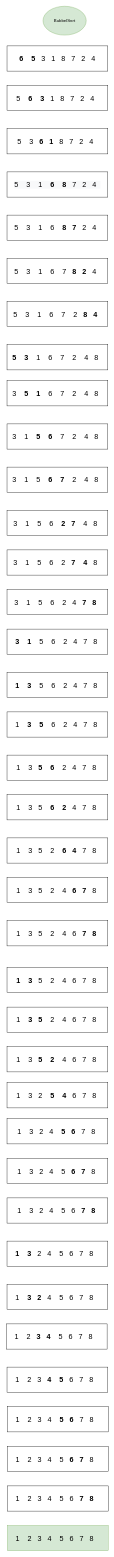
Earlier version of the draw.io diagram Untitled Diagram.drawio (shic0/bubbelsort). Source tidied: cells renumbered, new cells numbered last; positions are measured from the earlier drawing's top-left corner, leaving out a move shared by most shapes. Both pictures are drawn from the tidied source at 36%, with x=0, y=0 at pixel (6, 6).
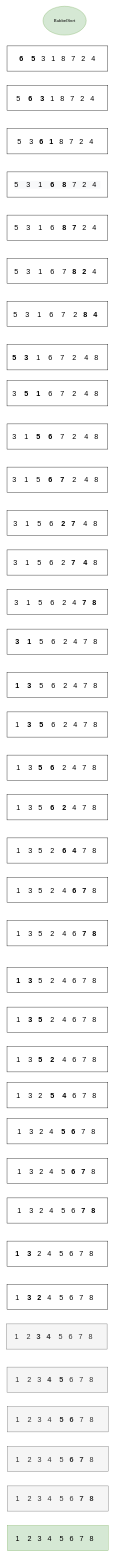
After the change.

Change to the diagram source:
```diff
@@
-    <mxCell id="34" value="&lt;span style=&quot;font-family: &amp;#34;helvetica&amp;#34; ; font-size: 20px&quot;&gt;1&lt;b&gt;&amp;nbsp; &amp;nbsp; &lt;/b&gt;2&lt;b&gt;&amp;nbsp; &amp;nbsp;3&lt;/b&gt;&amp;nbsp; &amp;nbsp;&lt;b&gt;4&lt;/b&gt;&amp;nbsp; &amp;nbsp;&lt;b&gt;&amp;nbsp;&lt;/b&gt;5&lt;/span&gt;&lt;b style=&quot;font-family: &amp;#34;helvetica&amp;#34; ; font-size: 20px&quot;&gt;&amp;nbsp; &amp;nbsp;&lt;/b&gt;&lt;span style=&quot;font-family: &amp;#34;helvetica&amp;#34; ; font-size: 20px&quot;&gt;6&lt;/span&gt;&lt;span style=&quot;font-family: &amp;#34;helvetica&amp;#34; ; font-size: 20px&quot;&gt;&amp;nbsp; &amp;nbsp;7&amp;nbsp; &amp;nbsp;8&lt;/span&gt;&lt;span style=&quot;font-family: &amp;#34;helvetica&amp;#34; ; font-size: 20px&quot;&gt;&amp;nbsp; &amp;nbsp;&lt;/span&gt;" style="rounded=0;whiteSpace=wrap;html=1;" parent="1" vertex="1">
+    <mxCell id="34" value="&lt;span style=&quot;font-family: &amp;#34;helvetica&amp;#34; ; font-size: 20px&quot;&gt;1&lt;b&gt;&amp;nbsp; &amp;nbsp; &lt;/b&gt;2&lt;b&gt;&amp;nbsp; &amp;nbsp;3&lt;/b&gt;&amp;nbsp; &amp;nbsp;&lt;b&gt;4&lt;/b&gt;&amp;nbsp; &amp;nbsp;&lt;b&gt;&amp;nbsp;&lt;/b&gt;5&lt;/span&gt;&lt;b style=&quot;font-family: &amp;#34;helvetica&amp;#34; ; font-size: 20px&quot;&gt;&amp;nbsp; &amp;nbsp;&lt;/b&gt;&lt;span style=&quot;font-family: &amp;#34;helvetica&amp;#34; ; font-size: 20px&quot;&gt;6&lt;/span&gt;&lt;span style=&quot;font-family: &amp;#34;helvetica&amp;#34; ; font-size: 20px&quot;&gt;&amp;nbsp; &amp;nbsp;7&amp;nbsp; &amp;nbsp;8&lt;/span&gt;&lt;span style=&quot;font-family: &amp;#34;helvetica&amp;#34; ; font-size: 20px&quot;&gt;&amp;nbsp; &amp;nbsp;&lt;/span&gt;" style="rounded=0;whiteSpace=wrap;html=1;fillColor=#f5f5f5;strokeColor=#666666;fontColor=#333333;" parent="1" vertex="1">
       <mxGeometry y="3660" width="280" height="70" as="geometry" />
     </mxCell>
-    <mxCell id="35" value="&lt;span style=&quot;font-family: &amp;#34;helvetica&amp;#34; ; font-size: 20px&quot;&gt;1&lt;b&gt;&amp;nbsp; &amp;nbsp; &lt;/b&gt;2&lt;b&gt;&amp;nbsp; &amp;nbsp;&lt;/b&gt;3&amp;nbsp; &amp;nbsp;&lt;b&gt;4&lt;/b&gt;&amp;nbsp; &amp;nbsp;&lt;b&gt;&amp;nbsp;5&lt;/b&gt;&lt;/span&gt;&lt;b style=&quot;font-family: &amp;#34;helvetica&amp;#34; ; font-size: 20px&quot;&gt;&amp;nbsp; &amp;nbsp;&lt;/b&gt;&lt;span style=&quot;font-family: &amp;#34;helvetica&amp;#34; ; font-size: 20px&quot;&gt;6&lt;/span&gt;&lt;span style=&quot;font-family: &amp;#34;helvetica&amp;#34; ; font-size: 20px&quot;&gt;&amp;nbsp; &amp;nbsp;7&amp;nbsp; &amp;nbsp;8&lt;/span&gt;&lt;span style=&quot;font-family: &amp;#34;helvetica&amp;#34; ; font-size: 20px&quot;&gt;&amp;nbsp; &amp;nbsp;&lt;/span&gt;" style="rounded=0;whiteSpace=wrap;html=1;" parent="1" vertex="1">
+    <mxCell id="35" value="&lt;span style=&quot;font-family: &amp;#34;helvetica&amp;#34; ; font-size: 20px&quot;&gt;1&lt;b&gt;&amp;nbsp; &amp;nbsp; &lt;/b&gt;2&lt;b&gt;&amp;nbsp; &amp;nbsp;&lt;/b&gt;3&amp;nbsp; &amp;nbsp;&lt;b&gt;4&lt;/b&gt;&amp;nbsp; &amp;nbsp;&lt;b&gt;&amp;nbsp;5&lt;/b&gt;&lt;/span&gt;&lt;b style=&quot;font-family: &amp;#34;helvetica&amp;#34; ; font-size: 20px&quot;&gt;&amp;nbsp; &amp;nbsp;&lt;/b&gt;&lt;span style=&quot;font-family: &amp;#34;helvetica&amp;#34; ; font-size: 20px&quot;&gt;6&lt;/span&gt;&lt;span style=&quot;font-family: &amp;#34;helvetica&amp;#34; ; font-size: 20px&quot;&gt;&amp;nbsp; &amp;nbsp;7&amp;nbsp; &amp;nbsp;8&lt;/span&gt;&lt;span style=&quot;font-family: &amp;#34;helvetica&amp;#34; ; font-size: 20px&quot;&gt;&amp;nbsp; &amp;nbsp;&lt;/span&gt;" style="rounded=0;whiteSpace=wrap;html=1;fillColor=#f5f5f5;strokeColor=#666666;fontColor=#333333;" parent="1" vertex="1">
       <mxGeometry x="2" y="3780" width="280" height="70" as="geometry" />
     </mxCell>
-    <mxCell id="36" value="&lt;span style=&quot;font-family: &amp;#34;helvetica&amp;#34; ; font-size: 20px&quot;&gt;1&lt;b&gt;&amp;nbsp; &amp;nbsp; &lt;/b&gt;2&lt;b&gt;&amp;nbsp; &amp;nbsp;&lt;/b&gt;3&amp;nbsp; &amp;nbsp;4&amp;nbsp; &amp;nbsp;&lt;b&gt;&amp;nbsp;5&lt;/b&gt;&lt;/span&gt;&lt;b style=&quot;font-family: &amp;#34;helvetica&amp;#34; ; font-size: 20px&quot;&gt;&amp;nbsp; &amp;nbsp;6&lt;/b&gt;&lt;span style=&quot;font-family: &amp;#34;helvetica&amp;#34; ; font-size: 20px&quot;&gt;&amp;nbsp; &amp;nbsp;7&amp;nbsp; &amp;nbsp;8&lt;/span&gt;&lt;span style=&quot;font-family: &amp;#34;helvetica&amp;#34; ; font-size: 20px&quot;&gt;&amp;nbsp; &amp;nbsp;&lt;/span&gt;" style="rounded=0;whiteSpace=wrap;html=1;" parent="1" vertex="1">
+    <mxCell id="36" value="&lt;span style=&quot;font-family: &amp;#34;helvetica&amp;#34; ; font-size: 20px&quot;&gt;1&lt;b&gt;&amp;nbsp; &amp;nbsp; &lt;/b&gt;2&lt;b&gt;&amp;nbsp; &amp;nbsp;&lt;/b&gt;3&amp;nbsp; &amp;nbsp;4&amp;nbsp; &amp;nbsp;&lt;b&gt;&amp;nbsp;5&lt;/b&gt;&lt;/span&gt;&lt;b style=&quot;font-family: &amp;#34;helvetica&amp;#34; ; font-size: 20px&quot;&gt;&amp;nbsp; &amp;nbsp;6&lt;/b&gt;&lt;span style=&quot;font-family: &amp;#34;helvetica&amp;#34; ; font-size: 20px&quot;&gt;&amp;nbsp; &amp;nbsp;7&amp;nbsp; &amp;nbsp;8&lt;/span&gt;&lt;span style=&quot;font-family: &amp;#34;helvetica&amp;#34; ; font-size: 20px&quot;&gt;&amp;nbsp; &amp;nbsp;&lt;/span&gt;" style="rounded=0;whiteSpace=wrap;html=1;fillColor=#f5f5f5;strokeColor=#666666;fontColor=#333333;" parent="1" vertex="1">
       <mxGeometry x="3" y="3890" width="280" height="70" as="geometry" />
     </mxCell>
-    <mxCell id="37" value="&lt;span style=&quot;font-family: &amp;#34;helvetica&amp;#34; ; font-size: 20px&quot;&gt;1&lt;b&gt;&amp;nbsp; &amp;nbsp; &lt;/b&gt;2&lt;b&gt;&amp;nbsp; &amp;nbsp;&lt;/b&gt;3&amp;nbsp; &amp;nbsp;4&amp;nbsp; &amp;nbsp;&lt;b&gt;&amp;nbsp;&lt;/b&gt;5&lt;/span&gt;&lt;b style=&quot;font-family: &amp;#34;helvetica&amp;#34; ; font-size: 20px&quot;&gt;&amp;nbsp; &amp;nbsp;6&lt;/b&gt;&lt;span style=&quot;font-family: &amp;#34;helvetica&amp;#34; ; font-size: 20px&quot;&gt;&amp;nbsp; &amp;nbsp;&lt;b&gt;7&lt;/b&gt;&amp;nbsp; &amp;nbsp;8&lt;/span&gt;&lt;span style=&quot;font-family: &amp;#34;helvetica&amp;#34; ; font-size: 20px&quot;&gt;&amp;nbsp; &amp;nbsp;&lt;/span&gt;" style="rounded=0;whiteSpace=wrap;html=1;" parent="1" vertex="1">
+    <mxCell id="37" value="&lt;span style=&quot;font-family: &amp;#34;helvetica&amp;#34; ; font-size: 20px&quot;&gt;1&lt;b&gt;&amp;nbsp; &amp;nbsp; &lt;/b&gt;2&lt;b&gt;&amp;nbsp; &amp;nbsp;&lt;/b&gt;3&amp;nbsp; &amp;nbsp;4&amp;nbsp; &amp;nbsp;&lt;b&gt;&amp;nbsp;&lt;/b&gt;5&lt;/span&gt;&lt;b style=&quot;font-family: &amp;#34;helvetica&amp;#34; ; font-size: 20px&quot;&gt;&amp;nbsp; &amp;nbsp;6&lt;/b&gt;&lt;span style=&quot;font-family: &amp;#34;helvetica&amp;#34; ; font-size: 20px&quot;&gt;&amp;nbsp; &amp;nbsp;&lt;b&gt;7&lt;/b&gt;&amp;nbsp; &amp;nbsp;8&lt;/span&gt;&lt;span style=&quot;font-family: &amp;#34;helvetica&amp;#34; ; font-size: 20px&quot;&gt;&amp;nbsp; &amp;nbsp;&lt;/span&gt;" style="rounded=0;whiteSpace=wrap;html=1;fillColor=#f5f5f5;strokeColor=#666666;fontColor=#333333;" parent="1" vertex="1">
       <mxGeometry x="3" y="4000" width="280" height="70" as="geometry" />
     </mxCell>
-    <mxCell id="38" value="&lt;span style=&quot;font-family: &amp;#34;helvetica&amp;#34; ; font-size: 20px&quot;&gt;1&lt;b&gt;&amp;nbsp; &amp;nbsp; &lt;/b&gt;2&lt;b&gt;&amp;nbsp; &amp;nbsp;&lt;/b&gt;3&amp;nbsp; &amp;nbsp;4&amp;nbsp; &amp;nbsp;&lt;b&gt;&amp;nbsp;&lt;/b&gt;5&lt;/span&gt;&lt;b style=&quot;font-family: &amp;#34;helvetica&amp;#34; ; font-size: 20px&quot;&gt;&amp;nbsp; &amp;nbsp;&lt;/b&gt;&lt;span style=&quot;font-family: &amp;#34;helvetica&amp;#34; ; font-size: 20px&quot;&gt;6&lt;/span&gt;&lt;span style=&quot;font-family: &amp;#34;helvetica&amp;#34; ; font-size: 20px&quot;&gt;&amp;nbsp; &amp;nbsp;&lt;b&gt;7&lt;/b&gt;&amp;nbsp; &lt;b&gt;&amp;nbsp;8&lt;/b&gt;&lt;/span&gt;&lt;span style=&quot;font-family: &amp;#34;helvetica&amp;#34; ; font-size: 20px&quot;&gt;&amp;nbsp; &amp;nbsp;&lt;/span&gt;" style="rounded=0;whiteSpace=wrap;html=1;" parent="1" vertex="1">
+    <mxCell id="38" value="&lt;span style=&quot;font-family: &amp;#34;helvetica&amp;#34; ; font-size: 20px&quot;&gt;1&lt;b&gt;&amp;nbsp; &amp;nbsp; &lt;/b&gt;2&lt;b&gt;&amp;nbsp; &amp;nbsp;&lt;/b&gt;3&amp;nbsp; &amp;nbsp;4&amp;nbsp; &amp;nbsp;&lt;b&gt;&amp;nbsp;&lt;/b&gt;5&lt;/span&gt;&lt;b style=&quot;font-family: &amp;#34;helvetica&amp;#34; ; font-size: 20px&quot;&gt;&amp;nbsp; &amp;nbsp;&lt;/b&gt;&lt;span style=&quot;font-family: &amp;#34;helvetica&amp;#34; ; font-size: 20px&quot;&gt;6&lt;/span&gt;&lt;span style=&quot;font-family: &amp;#34;helvetica&amp;#34; ; font-size: 20px&quot;&gt;&amp;nbsp; &amp;nbsp;&lt;b&gt;7&lt;/b&gt;&amp;nbsp; &lt;b&gt;&amp;nbsp;8&lt;/b&gt;&lt;/span&gt;&lt;span style=&quot;font-family: &amp;#34;helvetica&amp;#34; ; font-size: 20px&quot;&gt;&amp;nbsp; &amp;nbsp;&lt;/span&gt;" style="rounded=0;whiteSpace=wrap;html=1;fillColor=#f5f5f5;strokeColor=#666666;fontColor=#333333;" parent="1" vertex="1">
       <mxGeometry x="3" y="4110" width="280" height="70" as="geometry" />
     </mxCell>
```
